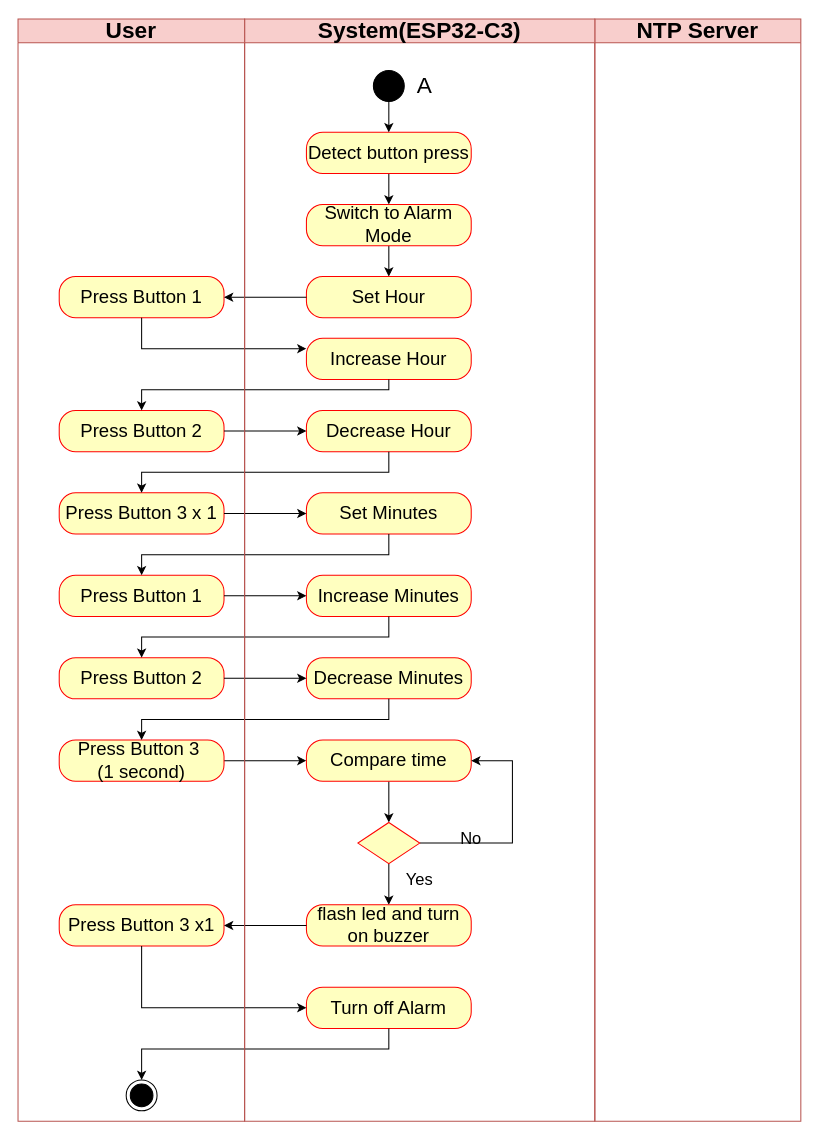
The draw.io diagram page "Activiti Alarm Cont" (11 of 17) of UML.drawio in 106210049/CK_RTOS, before the edit. Source tidied: cells renumbered, new cells numbered last; positions are measured from the earlier drawing's top-left corner, leaving out a move shared by most shapes. Both pictures are drawn from the tidied source at 103%, with x=0, y=0 at pixel (18, 19).
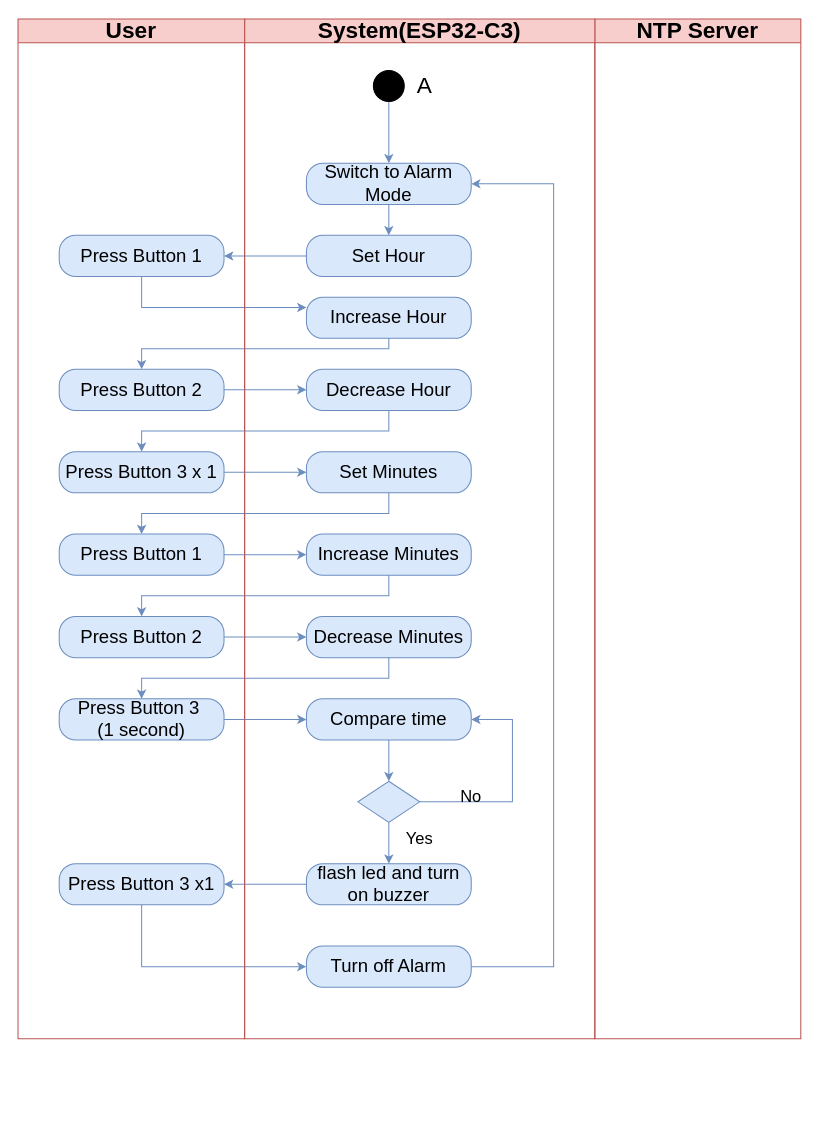
The same page after the edit.

The change refers to these unchanged cells:
```xml
<mxCell id="46" style="ellipse;fillColor=strokeColor;html=1;fontSize=18;" parent="3" vertex="1">
  <mxGeometry x="125" y="50" width="30" height="30" as="geometry" />
</mxCell>
```

The edit, as a diff of the source:
```diff
@@
     <mxCell id="2" value="&lt;font style=&quot;font-size: 22px;&quot;&gt;NTP Server&lt;/font&gt;" style="swimlane;whiteSpace=wrap;html=1;fillColor=#f8cecc;strokeColor=#b85450;" parent="1" vertex="1">
-      <mxGeometry x="560" width="200" height="1070" as="geometry" />
+      <mxGeometry x="560" width="200" height="990" as="geometry" />
     </mxCell>
     <mxCell id="3" value="&lt;font style=&quot;font-size: 22px;&quot;&gt;System(ESP32-C3)&lt;/font&gt;" style="swimlane;whiteSpace=wrap;html=1;fillColor=#f8cecc;strokeColor=#b85450;" parent="1" vertex="1">
-      <mxGeometry x="220" width="340" height="1070" as="geometry" />
+      <mxGeometry x="220" width="340" height="990" as="geometry" />
     </mxCell>
-    <mxCell id="4" value="Press Button 1" style="rounded=1;whiteSpace=wrap;html=1;arcSize=40;fontColor=#000000;fillColor=#ffffc0;strokeColor=#ff0000;fontSize=18;" parent="3" vertex="1">
-      <mxGeometry x="-180" y="250" width="160" height="40" as="geometry" />
+    <mxCell id="4" value="Press Button 1" style="rounded=1;whiteSpace=wrap;html=1;arcSize=40;fillColor=#dae8fc;strokeColor=#6c8ebf;fontSize=18;" parent="3" vertex="1">
+      <mxGeometry x="-180" y="210" width="160" height="40" as="geometry" />
     </mxCell>
-    <mxCell id="5" value="Press Button 2" style="rounded=1;whiteSpace=wrap;html=1;arcSize=40;fontColor=#000000;fillColor=#ffffc0;strokeColor=#ff0000;fontSize=18;" parent="3" vertex="1">
-      <mxGeometry x="-180" y="380" width="160" height="40" as="geometry" />
+    <mxCell id="5" value="Press Button 2" style="rounded=1;whiteSpace=wrap;html=1;arcSize=40;fillColor=#dae8fc;strokeColor=#6c8ebf;fontSize=18;" parent="3" vertex="1">
+      <mxGeometry x="-180" y="340" width="160" height="40" as="geometry" />
     </mxCell>
-    <mxCell id="6" value="Press Button 3 x 1" style="rounded=1;whiteSpace=wrap;html=1;arcSize=40;fontColor=#000000;fillColor=#ffffc0;strokeColor=#ff0000;fontSize=18;" parent="3" vertex="1">
-      <mxGeometry x="-180" y="460" width="160" height="40" as="geometry" />
+    <mxCell id="6" value="Press Button 3 x 1" style="rounded=1;whiteSpace=wrap;html=1;arcSize=40;fillColor=#dae8fc;strokeColor=#6c8ebf;fontSize=18;" parent="3" vertex="1">
+      <mxGeometry x="-180" y="420" width="160" height="40" as="geometry" />
     </mxCell>
-    <mxCell id="7" value="Press Button 2" style="rounded=1;whiteSpace=wrap;html=1;arcSize=40;fontColor=#000000;fillColor=#ffffc0;strokeColor=#ff0000;fontSize=18;" parent="3" vertex="1">
-      <mxGeometry x="-180" y="620" width="160" height="40" as="geometry" />
+    <mxCell id="7" value="Press Button 2" style="rounded=1;whiteSpace=wrap;html=1;arcSize=40;fillColor=#dae8fc;strokeColor=#6c8ebf;fontSize=18;" parent="3" vertex="1">
+      <mxGeometry x="-180" y="580" width="160" height="40" as="geometry" />
     </mxCell>
-    <mxCell id="8" value="Press Button 1" style="rounded=1;whiteSpace=wrap;html=1;arcSize=40;fontColor=#000000;fillColor=#ffffc0;strokeColor=#ff0000;fontSize=18;" parent="3" vertex="1">
-      <mxGeometry x="-180" y="540" width="160" height="40" as="geometry" />
+    <mxCell id="8" value="Press Button 1" style="rounded=1;whiteSpace=wrap;html=1;arcSize=40;fillColor=#dae8fc;strokeColor=#6c8ebf;fontSize=18;" parent="3" vertex="1">
+      <mxGeometry x="-180" y="500" width="160" height="40" as="geometry" />
     </mxCell>
-    <mxCell id="9" style="edgeStyle=orthogonalEdgeStyle;rounded=0;jettySize=auto;html=1;" parent="3" edge="1" source="10" target="24">
+    <mxCell id="9" style="edgeStyle=orthogonalEdgeStyle;rounded=0;jettySize=auto;html=1;fillColor=#dae8fc;strokeColor=#6c8ebf;" parent="3" edge="1" source="10" target="24">
       <mxGeometry relative="1" as="geometry" />
     </mxCell>
-    <mxCell id="10" value="Press Button 3&amp;nbsp;&lt;div&gt;(1 second)&lt;/div&gt;" style="rounded=1;whiteSpace=wrap;html=1;arcSize=40;fontColor=#000000;fillColor=#ffffc0;strokeColor=#ff0000;fontSize=18;" parent="3" vertex="1">
-      <mxGeometry x="-180" y="700" width="160" height="40" as="geometry" />
+    <mxCell id="10" value="Press Button 3&amp;nbsp;&lt;div&gt;(1 second)&lt;/div&gt;" style="rounded=1;whiteSpace=wrap;html=1;arcSize=40;fillColor=#dae8fc;strokeColor=#6c8ebf;fontSize=18;" parent="3" vertex="1">
+      <mxGeometry x="-180" y="660" width="160" height="40" as="geometry" />
     </mxCell>
-    <mxCell id="11" style="ellipse;html=1;shape=endState;fillColor=strokeColor;fontSize=18;" parent="3" vertex="1">
-      <mxGeometry x="-115" y="1030" width="30" height="30" as="geometry" />
-    </mxCell>
-    <mxCell id="12" value="Press Button 3 x1" style="rounded=1;whiteSpace=wrap;html=1;arcSize=40;fontColor=#000000;fillColor=#ffffc0;strokeColor=#ff0000;fontSize=18;" parent="3" vertex="1">
-      <mxGeometry x="-180" y="860" width="160" height="40" as="geometry" />
+    <mxCell id="12" value="Press Button 3 x1" style="rounded=1;whiteSpace=wrap;html=1;arcSize=40;fillColor=#dae8fc;strokeColor=#6c8ebf;fontSize=18;" parent="3" vertex="1">
+      <mxGeometry x="-180" y="820" width="160" height="40" as="geometry" />
     </mxCell>
-    <mxCell id="13" style="edgeStyle=orthogonalEdgeStyle;rounded=0;jettySize=auto;html=1;" parent="3" edge="1" source="14" target="16">
-      <mxGeometry relative="1" as="geometry" />
-    </mxCell>
-    <mxCell id="14" value="Detect button press" style="rounded=1;whiteSpace=wrap;html=1;arcSize=40;fontColor=#000000;fillColor=#ffffc0;strokeColor=#ff0000;fontSize=18;" parent="3" vertex="1">
-      <mxGeometry x="60" y="110" width="160" height="40" as="geometry" />
-    </mxCell>
-    <mxCell id="15" style="edgeStyle=orthogonalEdgeStyle;rounded=0;jettySize=auto;html=1;exitX=0.5;exitY=1;exitDx=0;exitDy=0;entryX=0.5;entryY=0;entryDx=0;entryDy=0;" parent="3" edge="1" source="16" target="17">
+    <mxCell id="15" style="edgeStyle=orthogonalEdgeStyle;rounded=0;jettySize=auto;html=1;exitX=0.5;exitY=1;exitDx=0;exitDy=0;entryX=0.5;entryY=0;entryDx=0;entryDy=0;fillColor=#dae8fc;strokeColor=#6c8ebf;" parent="3" edge="1" source="16" target="17">
       <mxGeometry relative="1" as="geometry" />
     </mxCell>
-    <mxCell id="16" value="Switch to Alarm Mode" style="rounded=1;whiteSpace=wrap;html=1;arcSize=40;fontColor=#000000;fillColor=#ffffc0;strokeColor=#ff0000;fontSize=18;" parent="3" vertex="1">
-      <mxGeometry x="60" y="180" width="160" height="40" as="geometry" />
+    <mxCell id="16" value="Switch to Alarm Mode" style="rounded=1;whiteSpace=wrap;html=1;arcSize=40;fillColor=#dae8fc;strokeColor=#6c8ebf;fontSize=18;" parent="3" vertex="1">
+      <mxGeometry x="60" y="140" width="160" height="40" as="geometry" />
     </mxCell>
-    <mxCell id="17" value="Set Hour" style="rounded=1;whiteSpace=wrap;html=1;arcSize=40;fontColor=#000000;fillColor=#ffffc0;strokeColor=#ff0000;fontSize=18;" parent="3" vertex="1">
-      <mxGeometry x="60" y="250" width="160" height="40" as="geometry" />
+    <mxCell id="17" value="Set Hour" style="rounded=1;whiteSpace=wrap;html=1;arcSize=40;fillColor=#dae8fc;strokeColor=#6c8ebf;fontSize=18;" parent="3" vertex="1">
+      <mxGeometry x="60" y="210" width="160" height="40" as="geometry" />
     </mxCell>
-    <mxCell id="18" value="Increase Hour" style="rounded=1;whiteSpace=wrap;html=1;arcSize=40;fontColor=#000000;fillColor=#ffffc0;strokeColor=#ff0000;fontSize=18;" parent="3" vertex="1">
-      <mxGeometry x="60" y="310" width="160" height="40" as="geometry" />
+    <mxCell id="18" value="Increase Hour" style="rounded=1;whiteSpace=wrap;html=1;arcSize=40;fillColor=#dae8fc;strokeColor=#6c8ebf;fontSize=18;" parent="3" vertex="1">
+      <mxGeometry x="60" y="270" width="160" height="40" as="geometry" />
     </mxCell>
-    <mxCell id="19" value="Decrease Hour" style="rounded=1;whiteSpace=wrap;html=1;arcSize=40;fontColor=#000000;fillColor=#ffffc0;strokeColor=#ff0000;fontSize=18;" parent="3" vertex="1">
-      <mxGeometry x="60" y="380" width="160" height="40" as="geometry" />
+    <mxCell id="19" value="Decrease Hour" style="rounded=1;whiteSpace=wrap;html=1;arcSize=40;fillColor=#dae8fc;strokeColor=#6c8ebf;fontSize=18;" parent="3" vertex="1">
+      <mxGeometry x="60" y="340" width="160" height="40" as="geometry" />
     </mxCell>
-    <mxCell id="20" value="Set Minutes" style="rounded=1;whiteSpace=wrap;html=1;arcSize=40;fontColor=#000000;fillColor=#ffffc0;strokeColor=#ff0000;fontSize=18;" parent="3" vertex="1">
-      <mxGeometry x="60" y="460" width="160" height="40" as="geometry" />
+    <mxCell id="20" value="Set Minutes" style="rounded=1;whiteSpace=wrap;html=1;arcSize=40;fillColor=#dae8fc;strokeColor=#6c8ebf;fontSize=18;" parent="3" vertex="1">
+      <mxGeometry x="60" y="420" width="160" height="40" as="geometry" />
     </mxCell>
-    <mxCell id="21" value="Increase Minutes" style="rounded=1;whiteSpace=wrap;html=1;arcSize=40;fontColor=#000000;fillColor=#ffffc0;strokeColor=#ff0000;fontSize=18;" parent="3" vertex="1">
-      <mxGeometry x="60" y="540" width="160" height="40" as="geometry" />
+    <mxCell id="21" value="Increase Minutes" style="rounded=1;whiteSpace=wrap;html=1;arcSize=40;fillColor=#dae8fc;strokeColor=#6c8ebf;fontSize=18;" parent="3" vertex="1">
+      <mxGeometry x="60" y="500" width="160" height="40" as="geometry" />
     </mxCell>
-    <mxCell id="22" value="Decrease Minutes" style="rounded=1;whiteSpace=wrap;html=1;arcSize=40;fontColor=#000000;fillColor=#ffffc0;strokeColor=#ff0000;fontSize=18;" parent="3" vertex="1">
-      <mxGeometry x="60" y="620" width="160" height="40" as="geometry" />
+    <mxCell id="22" value="Decrease Minutes" style="rounded=1;whiteSpace=wrap;html=1;arcSize=40;fillColor=#dae8fc;strokeColor=#6c8ebf;fontSize=18;" parent="3" vertex="1">
+      <mxGeometry x="60" y="580" width="160" height="40" as="geometry" />
     </mxCell>
-    <mxCell id="23" style="edgeStyle=orthogonalEdgeStyle;rounded=0;jettySize=auto;html=1;" parent="3" edge="1" source="24" target="27">
+    <mxCell id="23" style="edgeStyle=orthogonalEdgeStyle;rounded=0;jettySize=auto;html=1;fillColor=#dae8fc;strokeColor=#6c8ebf;" parent="3" edge="1" source="24" target="27">
       <mxGeometry relative="1" as="geometry" />
     </mxCell>
-    <mxCell id="24" value="Compare time" style="rounded=1;whiteSpace=wrap;html=1;arcSize=40;fontColor=#000000;fillColor=#ffffc0;strokeColor=#ff0000;fontSize=18;" parent="3" vertex="1">
-      <mxGeometry x="60" y="700" width="160" height="40" as="geometry" />
+    <mxCell id="24" value="Compare time" style="rounded=1;whiteSpace=wrap;html=1;arcSize=40;fillColor=#dae8fc;strokeColor=#6c8ebf;fontSize=18;" parent="3" vertex="1">
+      <mxGeometry x="60" y="660" width="160" height="40" as="geometry" />
     </mxCell>
-    <mxCell id="25" style="edgeStyle=orthogonalEdgeStyle;rounded=0;jettySize=auto;html=1;exitX=1;exitY=0.5;exitDx=0;exitDy=0;entryX=1;entryY=0.5;entryDx=0;entryDy=0;" parent="3" edge="1" source="27" target="24">
+    <mxCell id="25" style="edgeStyle=orthogonalEdgeStyle;rounded=0;jettySize=auto;html=1;exitX=1;exitY=0.5;exitDx=0;exitDy=0;entryX=1;entryY=0.5;entryDx=0;entryDy=0;fillColor=#dae8fc;strokeColor=#6c8ebf;" parent="3" edge="1" source="27" target="24">
       <mxGeometry relative="1" as="geometry">
         <Array as="points">
-          <mxPoint x="260" y="800" />
-          <mxPoint x="260" y="720" />
+          <mxPoint x="260" y="760" />
+          <mxPoint x="260" y="680" />
         </Array>
       </mxGeometry>
     </mxCell>
-    <mxCell id="26" style="edgeStyle=orthogonalEdgeStyle;rounded=0;jettySize=auto;html=1;" parent="3" edge="1" source="27" target="28">
+    <mxCell id="26" style="edgeStyle=orthogonalEdgeStyle;rounded=0;jettySize=auto;html=1;fillColor=#dae8fc;strokeColor=#6c8ebf;" parent="3" edge="1" source="27" target="28">
       <mxGeometry relative="1" as="geometry" />
     </mxCell>
-    <mxCell id="27" style="rhombus;whiteSpace=wrap;html=1;fontColor=#000000;fillColor=#ffffc0;strokeColor=#ff0000;fontSize=18;" parent="3" vertex="1">
-      <mxGeometry x="110" y="780" width="60" height="40" as="geometry" />
+    <mxCell id="27" style="rhombus;whiteSpace=wrap;html=1;fillColor=#dae8fc;strokeColor=#6c8ebf;fontSize=18;" parent="3" vertex="1">
+      <mxGeometry x="110" y="740" width="60" height="40" as="geometry" />
     </mxCell>
-    <mxCell id="28" value="flash led and turn on buzzer" style="rounded=1;whiteSpace=wrap;html=1;arcSize=40;fontColor=#000000;fillColor=#ffffc0;strokeColor=#ff0000;fontSize=18;" parent="3" vertex="1">
-      <mxGeometry x="60" y="860" width="160" height="40" as="geometry" />
+    <mxCell id="28" value="flash led and turn on buzzer" style="rounded=1;whiteSpace=wrap;html=1;arcSize=40;fillColor=#dae8fc;strokeColor=#6c8ebf;fontSize=18;" parent="3" vertex="1">
+      <mxGeometry x="60" y="820" width="160" height="40" as="geometry" />
     </mxCell>
+    <mxCell id="50" style="edgeStyle=orthogonalEdgeStyle;rounded=0;jettySize=auto;html=1;entryX=1;entryY=0.5;entryDx=0;entryDy=0;fillColor=#dae8fc;strokeColor=#6c8ebf;" parent="3" edge="1" source="29" target="16">
+      <mxGeometry relative="1" as="geometry">
+        <Array as="points">
+          <mxPoint x="300" y="920" />
+          <mxPoint x="300" y="160" />
+        </Array>
+      </mxGeometry>
+    </mxCell>
-    <mxCell id="29" value="Turn off Alarm" style="rounded=1;whiteSpace=wrap;html=1;arcSize=40;fontColor=#000000;fillColor=#ffffc0;strokeColor=#ff0000;fontSize=18;" parent="3" vertex="1">
-      <mxGeometry x="60" y="940" width="160" height="40" as="geometry" />
+    <mxCell id="29" value="Turn off Alarm" style="rounded=1;whiteSpace=wrap;html=1;arcSize=40;fillColor=#dae8fc;strokeColor=#6c8ebf;fontSize=18;" parent="3" vertex="1">
+      <mxGeometry x="60" y="900" width="160" height="40" as="geometry" />
     </mxCell>
-    <mxCell id="30" style="edgeStyle=orthogonalEdgeStyle;rounded=0;jettySize=auto;html=1;" parent="3" edge="1" source="17" target="4">
+    <mxCell id="30" style="edgeStyle=orthogonalEdgeStyle;rounded=0;jettySize=auto;html=1;fillColor=#dae8fc;strokeColor=#6c8ebf;" parent="3" edge="1" source="17" target="4">
       <mxGeometry relative="1" as="geometry" />
     </mxCell>
-    <mxCell id="31" style="edgeStyle=orthogonalEdgeStyle;rounded=0;jettySize=auto;html=1;entryX=0;entryY=0.25;entryDx=0;entryDy=0;" parent="3" edge="1" source="4" target="18">
+    <mxCell id="31" style="edgeStyle=orthogonalEdgeStyle;rounded=0;jettySize=auto;html=1;entryX=0;entryY=0.25;entryDx=0;entryDy=0;fillColor=#dae8fc;strokeColor=#6c8ebf;" parent="3" edge="1" source="4" target="18">
       <mxGeometry relative="1" as="geometry">
         <Array as="points">
-          <mxPoint x="-100" y="320" />
+          <mxPoint x="-100" y="280" />
         </Array>
       </mxGeometry>
     </mxCell>
-    <mxCell id="32" style="edgeStyle=orthogonalEdgeStyle;rounded=0;jettySize=auto;html=1;entryX=0.5;entryY=0;entryDx=0;entryDy=0;exitX=0.5;exitY=1;exitDx=0;exitDy=0;" parent="3" edge="1" source="18" target="5">
+    <mxCell id="32" style="edgeStyle=orthogonalEdgeStyle;rounded=0;jettySize=auto;html=1;entryX=0.5;entryY=0;entryDx=0;entryDy=0;exitX=0.5;exitY=1;exitDx=0;exitDy=0;fillColor=#dae8fc;strokeColor=#6c8ebf;" parent="3" edge="1" source="18" target="5">
       <mxGeometry relative="1" as="geometry">
         <Array as="points">
-          <mxPoint x="140" y="360" />
-          <mxPoint x="-100" y="360" />
+          <mxPoint x="140" y="320" />
+          <mxPoint x="-100" y="320" />
         </Array>
       </mxGeometry>
     </mxCell>
-    <mxCell id="33" style="edgeStyle=orthogonalEdgeStyle;rounded=0;jettySize=auto;html=1;" parent="3" edge="1" source="5" target="19">
+    <mxCell id="33" style="edgeStyle=orthogonalEdgeStyle;rounded=0;jettySize=auto;html=1;fillColor=#dae8fc;strokeColor=#6c8ebf;" parent="3" edge="1" source="5" target="19">
       <mxGeometry relative="1" as="geometry" />
     </mxCell>
-    <mxCell id="34" style="edgeStyle=orthogonalEdgeStyle;rounded=0;jettySize=auto;html=1;entryX=0.5;entryY=0;entryDx=0;entryDy=0;" parent="3" edge="1" source="19" target="6">
+    <mxCell id="34" style="edgeStyle=orthogonalEdgeStyle;rounded=0;jettySize=auto;html=1;entryX=0.5;entryY=0;entryDx=0;entryDy=0;fillColor=#dae8fc;strokeColor=#6c8ebf;" parent="3" edge="1" source="19" target="6">
       <mxGeometry relative="1" as="geometry">
         <Array as="points">
-          <mxPoint x="140" y="440" />
-          <mxPoint x="-100" y="440" />
+          <mxPoint x="140" y="400" />
+          <mxPoint x="-100" y="400" />
         </Array>
       </mxGeometry>
     </mxCell>
-    <mxCell id="35" style="edgeStyle=orthogonalEdgeStyle;rounded=0;jettySize=auto;html=1;" parent="3" edge="1" source="6" target="20">
+    <mxCell id="35" style="edgeStyle=orthogonalEdgeStyle;rounded=0;jettySize=auto;html=1;fillColor=#dae8fc;strokeColor=#6c8ebf;" parent="3" edge="1" source="6" target="20">
       <mxGeometry relative="1" as="geometry" />
     </mxCell>
-    <mxCell id="36" style="edgeStyle=orthogonalEdgeStyle;rounded=0;jettySize=auto;html=1;" parent="3" edge="1" source="20" target="8">
+    <mxCell id="36" style="edgeStyle=orthogonalEdgeStyle;rounded=0;jettySize=auto;html=1;fillColor=#dae8fc;strokeColor=#6c8ebf;" parent="3" edge="1" source="20" target="8">
       <mxGeometry relative="1" as="geometry">
         <Array as="points">
-          <mxPoint x="140" y="520" />
-          <mxPoint x="-100" y="520" />
+          <mxPoint x="140" y="480" />
+          <mxPoint x="-100" y="480" />
         </Array>
       </mxGeometry>
     </mxCell>
-    <mxCell id="37" style="edgeStyle=orthogonalEdgeStyle;rounded=0;jettySize=auto;html=1;" parent="3" edge="1" source="8" target="21">
+    <mxCell id="37" style="edgeStyle=orthogonalEdgeStyle;rounded=0;jettySize=auto;html=1;fillColor=#dae8fc;strokeColor=#6c8ebf;" parent="3" edge="1" source="8" target="21">
       <mxGeometry relative="1" as="geometry" />
     </mxCell>
-    <mxCell id="38" style="edgeStyle=orthogonalEdgeStyle;rounded=0;jettySize=auto;html=1;entryX=0.5;entryY=0;entryDx=0;entryDy=0;" parent="3" edge="1" source="21" target="7">
+    <mxCell id="38" style="edgeStyle=orthogonalEdgeStyle;rounded=0;jettySize=auto;html=1;entryX=0.5;entryY=0;entryDx=0;entryDy=0;fillColor=#dae8fc;strokeColor=#6c8ebf;" parent="3" edge="1" source="21" target="7">
       <mxGeometry relative="1" as="geometry">
         <Array as="points">
-          <mxPoint x="140" y="600" />
-          <mxPoint x="-100" y="600" />
+          <mxPoint x="140" y="560" />
+          <mxPoint x="-100" y="560" />
         </Array>
       </mxGeometry>
     </mxCell>
-    <mxCell id="39" style="edgeStyle=orthogonalEdgeStyle;rounded=0;jettySize=auto;html=1;exitX=1;exitY=0.5;exitDx=0;exitDy=0;entryX=0;entryY=0.5;entryDx=0;entryDy=0;" parent="3" edge="1" source="7" target="22">
+    <mxCell id="39" style="edgeStyle=orthogonalEdgeStyle;rounded=0;jettySize=auto;html=1;exitX=1;exitY=0.5;exitDx=0;exitDy=0;entryX=0;entryY=0.5;entryDx=0;entryDy=0;fillColor=#dae8fc;strokeColor=#6c8ebf;" parent="3" edge="1" source="7" target="22">
       <mxGeometry relative="1" as="geometry" />
     </mxCell>
-    <mxCell id="40" style="edgeStyle=orthogonalEdgeStyle;rounded=0;jettySize=auto;html=1;entryX=0.5;entryY=0;entryDx=0;entryDy=0;" parent="3" edge="1" source="22" target="10">
+    <mxCell id="40" style="edgeStyle=orthogonalEdgeStyle;rounded=0;jettySize=auto;html=1;entryX=0.5;entryY=0;entryDx=0;entryDy=0;fillColor=#dae8fc;strokeColor=#6c8ebf;" parent="3" edge="1" source="22" target="10">
       <mxGeometry relative="1" as="geometry">
         <Array as="points">
-          <mxPoint x="140" y="680" />
-          <mxPoint x="-100" y="680" />
+          <mxPoint x="140" y="640" />
+          <mxPoint x="-100" y="640" />
         </Array>
       </mxGeometry>
     </mxCell>
-    <mxCell id="41" style="edgeStyle=orthogonalEdgeStyle;rounded=0;jettySize=auto;html=1;" parent="3" edge="1" source="28" target="12">
+    <mxCell id="41" style="edgeStyle=orthogonalEdgeStyle;rounded=0;jettySize=auto;html=1;fillColor=#dae8fc;strokeColor=#6c8ebf;" parent="3" edge="1" source="28" target="12">
       <mxGeometry relative="1" as="geometry" />
     </mxCell>
-    <mxCell id="42" style="edgeStyle=orthogonalEdgeStyle;rounded=0;jettySize=auto;html=1;entryX=0;entryY=0.5;entryDx=0;entryDy=0;" parent="3" edge="1" source="12" target="29">
+    <mxCell id="42" style="edgeStyle=orthogonalEdgeStyle;rounded=0;jettySize=auto;html=1;entryX=0;entryY=0.5;entryDx=0;entryDy=0;fillColor=#dae8fc;strokeColor=#6c8ebf;" parent="3" edge="1" source="12" target="29">
       <mxGeometry relative="1" as="geometry">
         <Array as="points">
-          <mxPoint x="-100" y="960" />
+          <mxPoint x="-100" y="920" />
         </Array>
       </mxGeometry>
     </mxCell>
-    <mxCell id="43" style="edgeStyle=orthogonalEdgeStyle;rounded=0;jettySize=auto;html=1;entryX=0.5;entryY=0;entryDx=0;entryDy=0;" parent="3" edge="1" source="29" target="11">
-      <mxGeometry relative="1" as="geometry">
-        <Array as="points">
-          <mxPoint x="140" y="1000" />
-          <mxPoint x="-100" y="1000" />
-        </Array>
-      </mxGeometry>
-    </mxCell>
@@
-    <mxCell id="45" style="edgeStyle=orthogonalEdgeStyle;rounded=0;jettySize=auto;html=1;exitX=0.5;exitY=1;exitDx=0;exitDy=0;entryX=0.5;entryY=0;entryDx=0;entryDy=0;" parent="3" edge="1" source="46" target="14">
+    <mxCell id="45" style="edgeStyle=orthogonalEdgeStyle;rounded=0;jettySize=auto;html=1;exitX=0.5;exitY=1;exitDx=0;exitDy=0;entryX=0.5;entryY=0;entryDx=0;entryDy=0;fillColor=#dae8fc;strokeColor=#6c8ebf;" parent="3" edge="1" source="46" target="16">
       <mxGeometry relative="1" as="geometry" />
     </mxCell>
@@
     <mxCell id="47" value="&lt;span style=&quot;font-size: 16px;&quot;&gt;Yes&lt;/span&gt;" style="text;strokeColor=none;align=center;fillColor=none;html=1;verticalAlign=middle;whiteSpace=wrap;rounded=0;" parent="3" vertex="1">
-      <mxGeometry x="140" y="820" width="60" height="30" as="geometry" />
+      <mxGeometry x="140" y="780" width="60" height="30" as="geometry" />
     </mxCell>
     <mxCell id="48" value="&lt;span style=&quot;font-size: 16px;&quot;&gt;No&lt;/span&gt;" style="text;strokeColor=none;align=center;fillColor=none;html=1;verticalAlign=middle;whiteSpace=wrap;rounded=0;" parent="3" vertex="1">
-      <mxGeometry x="190" y="780" width="60" height="30" as="geometry" />
+      <mxGeometry x="190" y="740" width="60" height="30" as="geometry" />
     </mxCell>
     <mxCell id="49" value="&lt;font style=&quot;font-size: 22px;&quot;&gt;User&lt;/font&gt;" style="swimlane;whiteSpace=wrap;html=1;fillColor=#f8cecc;strokeColor=#b85450;" parent="1" vertex="1">
-      <mxGeometry width="220" height="1070" as="geometry" />
+      <mxGeometry width="220" height="990" as="geometry" />
     </mxCell>
```
